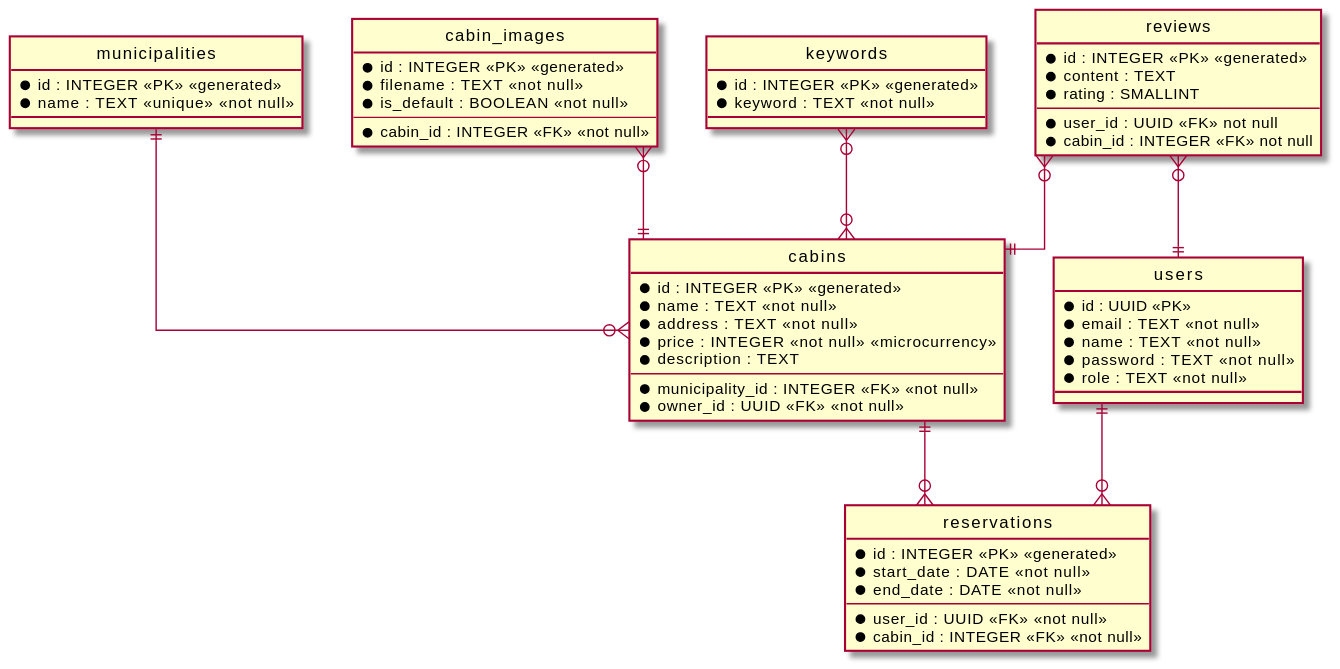
Earlier version of the PlantUML export docs/db_diagram.svg (mjjs/tsoha-2021-cabin-browser).
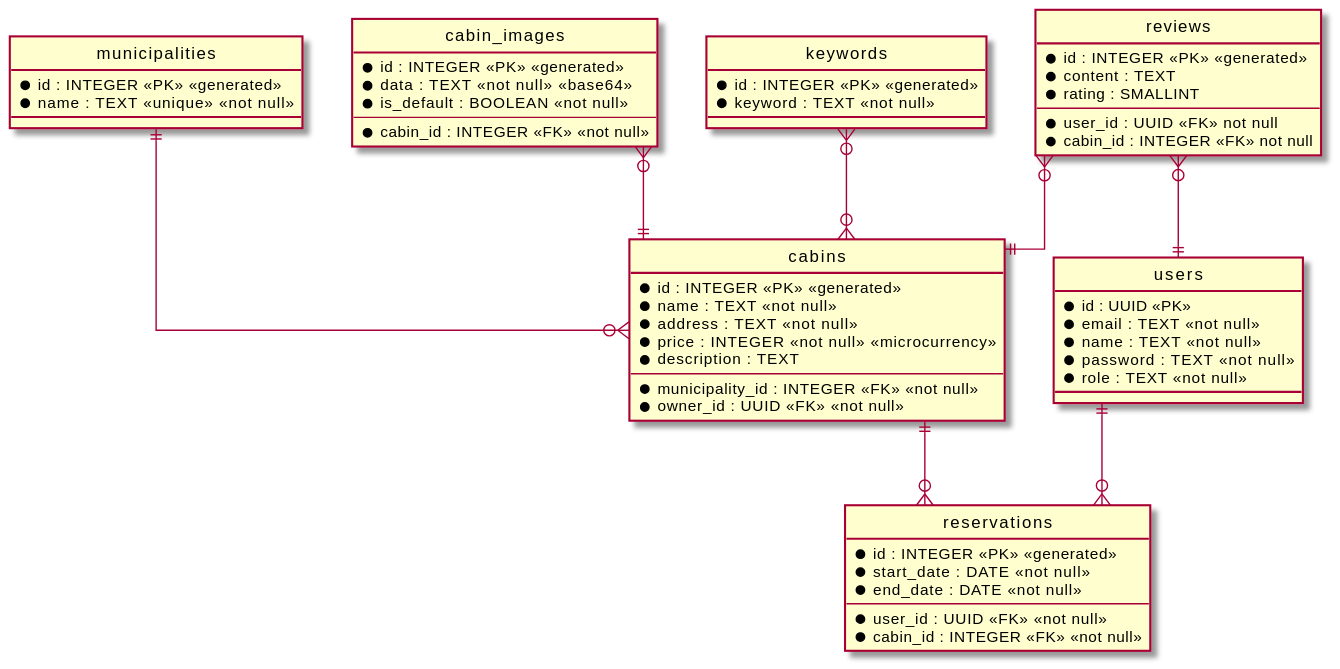
Later version of the same file.

Change to the diagram source:
```diff
@@ -47,7 +47,7 @@
 
 entity cabin_images {
   * id : INTEGER <<PK>> <<generated>>
-  * filename : TEXT <<not null>>
+  * data : TEXT <<not null>> <<base64>>
   * is_default : BOOLEAN <<not null>>
   ---
   * cabin_id : INTEGER <<FK>> <<not null>>
```
